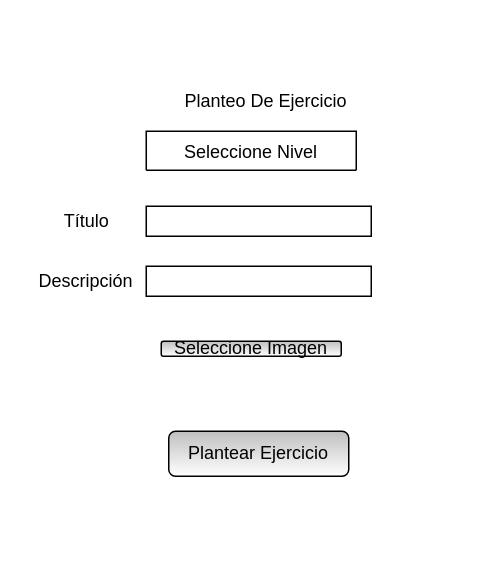
Above: page "6-Docente - Plantear ejercicio" (6 of 15) of Formularios.drawio in fdearmas96/ObligatorioP1 (draw.io), before the change. Source tidied: cells renumbered, new cells numbered last; positions are measured from the earlier drawing's top-left corner, leaving out a move shared by most shapes. Both pictures are drawn from the tidied source at 150%, with x=0, y=0 at pixel (48, 86).
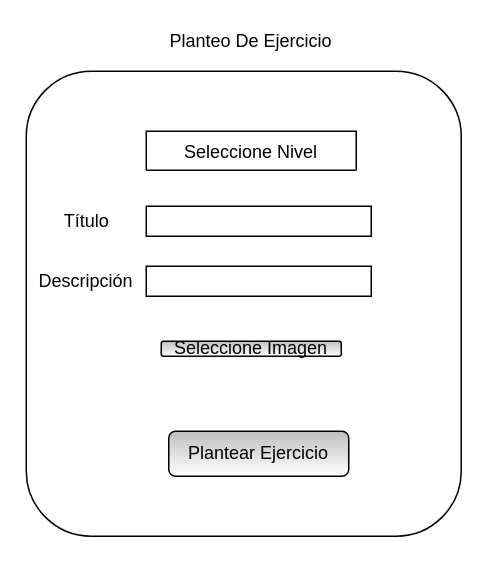
Above is the later version.

Diff of the diagram source:
```diff
@@
 <mxGraphModel>
   <root>
     <mxCell id="0" />
     <mxCell id="1" parent="0" />
+    <mxCell id="10" style="rounded=1;whiteSpace=wrap;html=1;" parent="1" vertex="1">
+      <mxGeometry x="-15" y="-10" width="290" height="310" as="geometry" />
+    </mxCell>
     <mxCell id="2" value="Planteo De Ejercicio" style="text;html=1;strokeColor=none;fillColor=none;align=center;verticalAlign=middle;whiteSpace=wrap;rounded=0;" parent="1" vertex="1">
-      <mxGeometry x="65" width="160" height="20" as="geometry" />
+      <mxGeometry x="55" y="-40" width="160" height="20" as="geometry" />
     </mxCell>
     <mxCell id="3" value="Seleccione Nivel" style="swimlane;fontStyle=0;horizontal=1;startSize=26;" parent="1" vertex="1" collapsed="1">
       <mxGeometry x="65" y="30" width="140" height="26" as="geometry" />
     </mxCell>
     <mxCell id="4" style="verticalLabelPosition=bottom;verticalAlign=top;html=1;shape=mxgraph.basic.rect;fillColor2=none;strokeWidth=1;size=20;indent=5;" parent="1" vertex="1">
       <mxGeometry x="65" y="80" width="150" height="20" as="geometry" />
     </mxCell>
     <mxCell id="5" value="Título" style="text;html=1;align=center;verticalAlign=middle;strokeColor=none;" parent="1" vertex="1">
       <mxGeometry y="80" width="50" height="20" as="geometry" />
     </mxCell>
     <mxCell id="6" style="verticalLabelPosition=bottom;verticalAlign=top;html=1;shape=mxgraph.basic.rect;fillColor2=none;strokeWidth=1;size=20;indent=5;" parent="1" vertex="1">
       <mxGeometry x="65" y="120" width="150" height="20" as="geometry" />
     </mxCell>
     <mxCell id="7" value="Descripción" style="text;html=1;strokeColor=none;fillColor=none;align=center;verticalAlign=middle;whiteSpace=wrap;rounded=0;" parent="1" vertex="1">
       <mxGeometry x="5" y="120" width="40" height="20" as="geometry" />
     </mxCell>
     <mxCell id="8" value="Plantear Ejercicio" style="rounded=1;whiteSpace=wrap;html=1;gradientColor=#ffffff;fillColor=#BFBFBF;" parent="1" vertex="1">
       <mxGeometry x="80" y="230" width="120" height="30" as="geometry" />
     </mxCell>
     <mxCell id="9" value="Seleccione Imagen" style="rounded=1;whiteSpace=wrap;html=1;gradientColor=#ffffff;fillColor=#BFBFBF;" parent="1" vertex="1">
       <mxGeometry x="75" y="170" width="120" height="10" as="geometry" />
     </mxCell>
   </root>
 </mxGraphModel>
```
